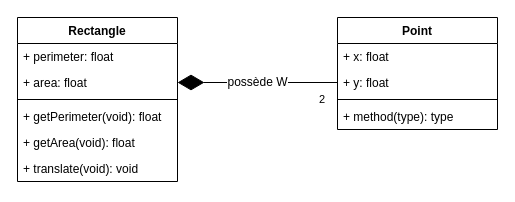
Above: exo7.drawio in valentin-cochin/cda-uml-exos (draw.io), before the change. Source tidied: cells renumbered, new cells numbered last; positions are measured from the earlier drawing's top-left corner, leaving out a move shared by most shapes. Both pictures are drawn from the tidied source at 100%, with x=0, y=0 at pixel (17, 17).
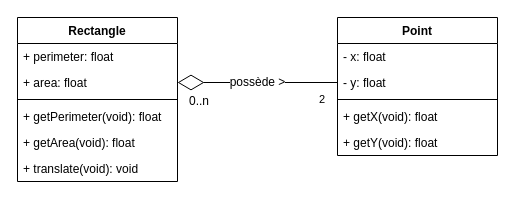
After the change.

Change to the diagram source:
```diff
@@
 <mxGraphModel>
   <root>
     <mxCell id="0" />
     <mxCell id="1" parent="0" />
     <mxCell id="2" value="Rectangle" style="swimlane;fontStyle=1;align=center;verticalAlign=top;horizontal=1;startSize=26;fontSize=12;" parent="1" vertex="1">
       <mxGeometry width="160" height="164" as="geometry" />
     </mxCell>
     <mxCell id="3" value="+ perimeter: float" style="text;strokeColor=none;fillColor=none;align=left;verticalAlign=top;spacingLeft=4;spacingRight=4;overflow=hidden;" parent="2" vertex="1">
       <mxGeometry y="26" width="160" height="26" as="geometry" />
     </mxCell>
     <mxCell id="4" value="+ area: float" style="text;strokeColor=none;fillColor=none;align=left;verticalAlign=top;spacingLeft=4;spacingRight=4;overflow=hidden;" parent="2" vertex="1">
       <mxGeometry y="52" width="160" height="26" as="geometry" />
     </mxCell>
     <mxCell id="5" style="line;strokeWidth=1;fillColor=none;align=left;verticalAlign=middle;spacingTop=-1;spacingLeft=3;spacingRight=3;labelPosition=right;" parent="2" vertex="1">
       <mxGeometry y="78" width="160" height="8" as="geometry" />
     </mxCell>
     <mxCell id="6" value="+ getPerimeter(void): float" style="text;strokeColor=none;fillColor=none;align=left;verticalAlign=top;spacingLeft=4;spacingRight=4;overflow=hidden;" parent="2" vertex="1">
       <mxGeometry y="86" width="160" height="26" as="geometry" />
     </mxCell>
     <mxCell id="7" value="+ getArea(void): float" style="text;strokeColor=none;fillColor=none;align=left;verticalAlign=top;spacingLeft=4;spacingRight=4;overflow=hidden;" parent="2" vertex="1">
       <mxGeometry y="112" width="160" height="26" as="geometry" />
     </mxCell>
     <mxCell id="8" value="+ translate(void): void" style="text;strokeColor=none;fillColor=none;align=left;verticalAlign=top;spacingLeft=4;spacingRight=4;overflow=hidden;" parent="2" vertex="1">
       <mxGeometry y="138" width="160" height="26" as="geometry" />
     </mxCell>
     <mxCell id="9" value="Point" style="swimlane;fontStyle=1;align=center;verticalAlign=top;horizontal=1;startSize=26;fontSize=12;" parent="1" vertex="1">
-      <mxGeometry x="320" width="160" height="112" as="geometry" />
+      <mxGeometry x="320" width="160" height="138" as="geometry" />
     </mxCell>
-    <mxCell id="10" value="+ x: float" style="text;strokeColor=none;fillColor=none;align=left;verticalAlign=top;spacingLeft=4;spacingRight=4;overflow=hidden;" parent="9" vertex="1">
+    <mxCell id="10" value="- x: float" style="text;strokeColor=none;fillColor=none;align=left;verticalAlign=top;spacingLeft=4;spacingRight=4;overflow=hidden;" parent="9" vertex="1">
       <mxGeometry y="26" width="160" height="26" as="geometry" />
     </mxCell>
-    <mxCell id="11" value="+ y: float" style="text;strokeColor=none;fillColor=none;align=left;verticalAlign=top;spacingLeft=4;spacingRight=4;overflow=hidden;points=[[0,0.5],[1,0.5]];portConstraint=eastwest;" parent="9" vertex="1">
+    <mxCell id="11" value="- y: float" style="text;strokeColor=none;fillColor=none;align=left;verticalAlign=top;spacingLeft=4;spacingRight=4;overflow=hidden;points=[[0,0.5],[1,0.5]];portConstraint=eastwest;" parent="9" vertex="1">
       <mxGeometry y="52" width="160" height="26" as="geometry" />
     </mxCell>
     <mxCell id="12" style="line;strokeWidth=1;fillColor=none;align=left;verticalAlign=middle;spacingTop=-1;spacingLeft=3;spacingRight=3;labelPosition=right;" parent="9" vertex="1">
       <mxGeometry y="78" width="160" height="8" as="geometry" />
     </mxCell>
-    <mxCell id="13" value="+ method(type): type" style="text;strokeColor=none;fillColor=none;align=left;verticalAlign=top;spacingLeft=4;spacingRight=4;overflow=hidden;" parent="9" vertex="1">
+    <mxCell id="13" value="+ getX(void): float" style="text;strokeColor=none;fillColor=none;align=left;verticalAlign=top;spacingLeft=4;spacingRight=4;overflow=hidden;" parent="9" vertex="1">
       <mxGeometry y="86" width="160" height="26" as="geometry" />
     </mxCell>
+    <mxCell id="16" value="+ getY(void): float" style="text;strokeColor=none;fillColor=none;align=left;verticalAlign=top;spacingLeft=4;spacingRight=4;overflow=hidden;" parent="9" vertex="1">
+      <mxGeometry y="112" width="160" height="26" as="geometry" />
+    </mxCell>
-    <mxCell id="14" value="possède W" style="endArrow=diamondThin;endFill=1;endSize=24;html=1;fontSize=12;exitX=0;exitY=0.5;exitDx=0;exitDy=0;" parent="1" edge="1" source="11">
+    <mxCell id="14" value="possède &amp;gt;" style="endArrow=diamondThin;endFill=0;endSize=24;html=1;fontSize=12;exitX=0;exitY=0.5;exitDx=0;exitDy=0;" parent="1" edge="1" source="11">
       <mxGeometry relative="1" as="geometry">
         <mxPoint x="160" y="65" as="targetPoint" />
       </mxGeometry>
     </mxCell>
     <mxCell id="15" value="2" style="edgeLabel;html=1;align=left;verticalAlign=top;" parent="1" vertex="1">
       <mxGeometry x="300" y="69" as="geometry" />
     </mxCell>
+    <mxCell id="17" value="0..n" style="text;whiteSpace=wrap;html=1;fontSize=12;" parent="1" vertex="1">
+      <mxGeometry x="170" y="70" width="30" height="30" as="geometry" />
+    </mxCell>
   </root>
 </mxGraphModel>
```
